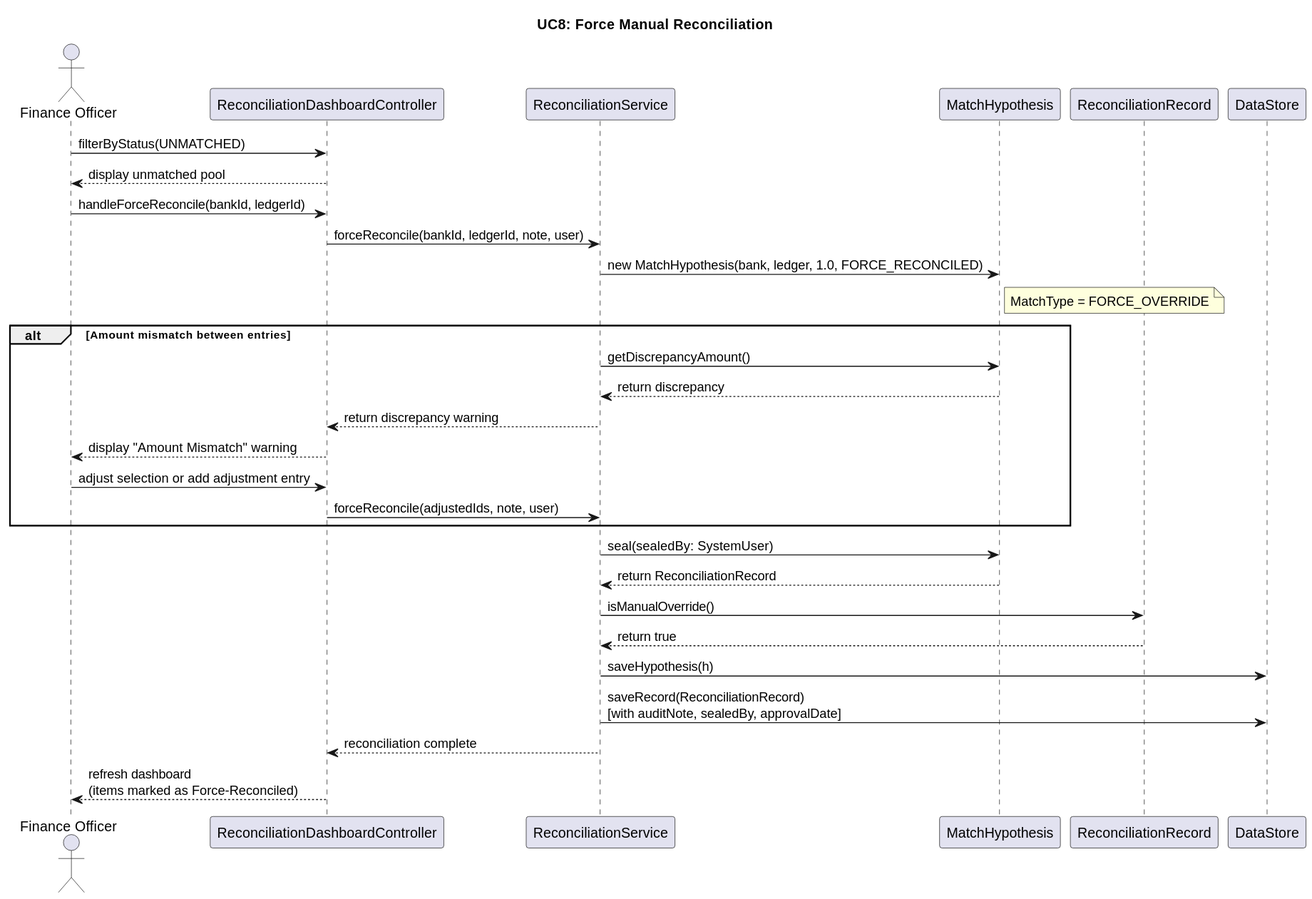
The PlantUML diagram docs/Sequence Diagrams/UC8_ForceManualReconciliation.svg in rayyan-41/AVAL-AI-Reconciliation-Engine, before a commit.
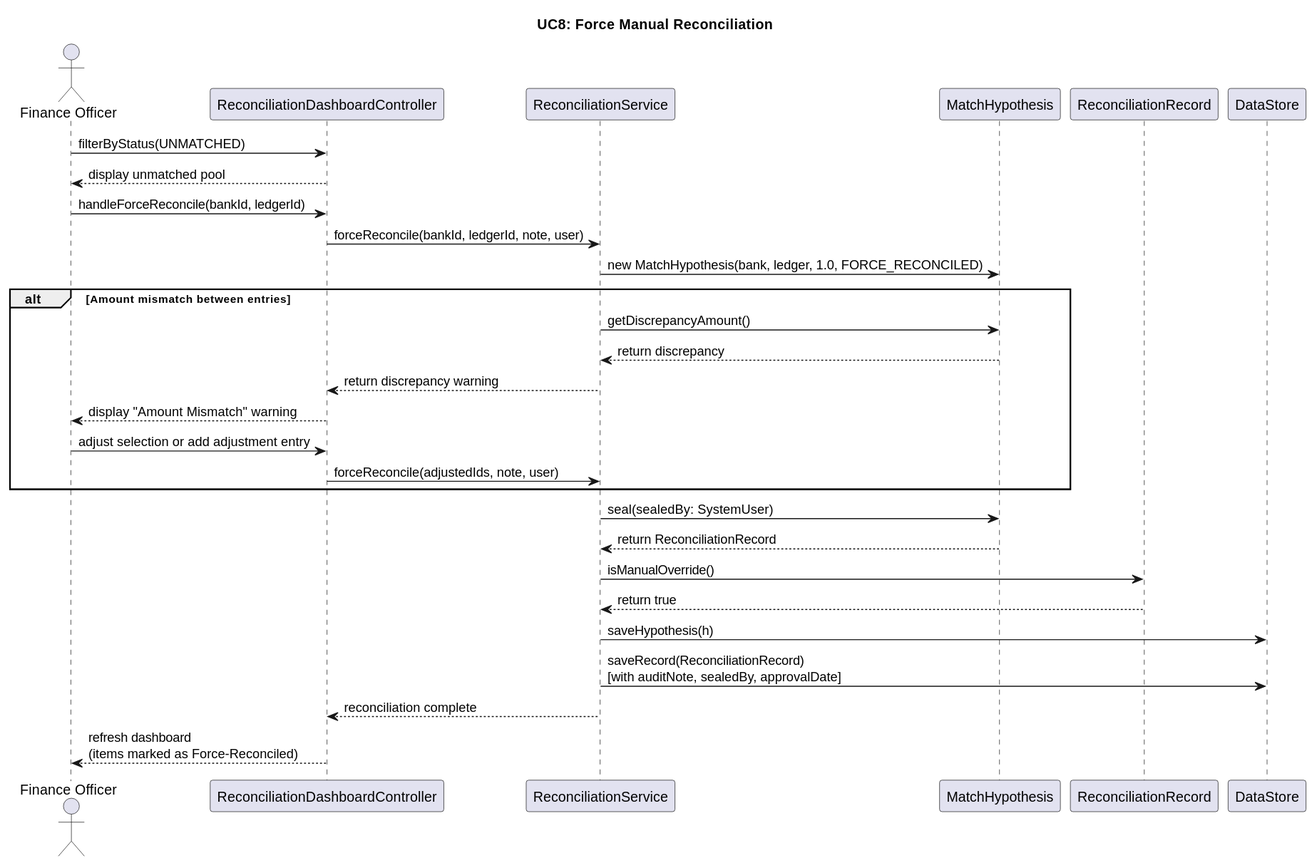
Above is the later version.

Change to the diagram source:
```diff
@@ -15,7 +15,6 @@
 RDC -> RS : forceReconcile(bankId, ledgerId, note, user)
 
 RS -> MH : new MatchHypothesis(bank, ledger, 1.0, FORCE_RECONCILED)
-note right of MH : MatchType = FORCE_OVERRIDE
 
 alt Amount mismatch between entries
     RS -> MH : getDiscrepancyAmount()
```
